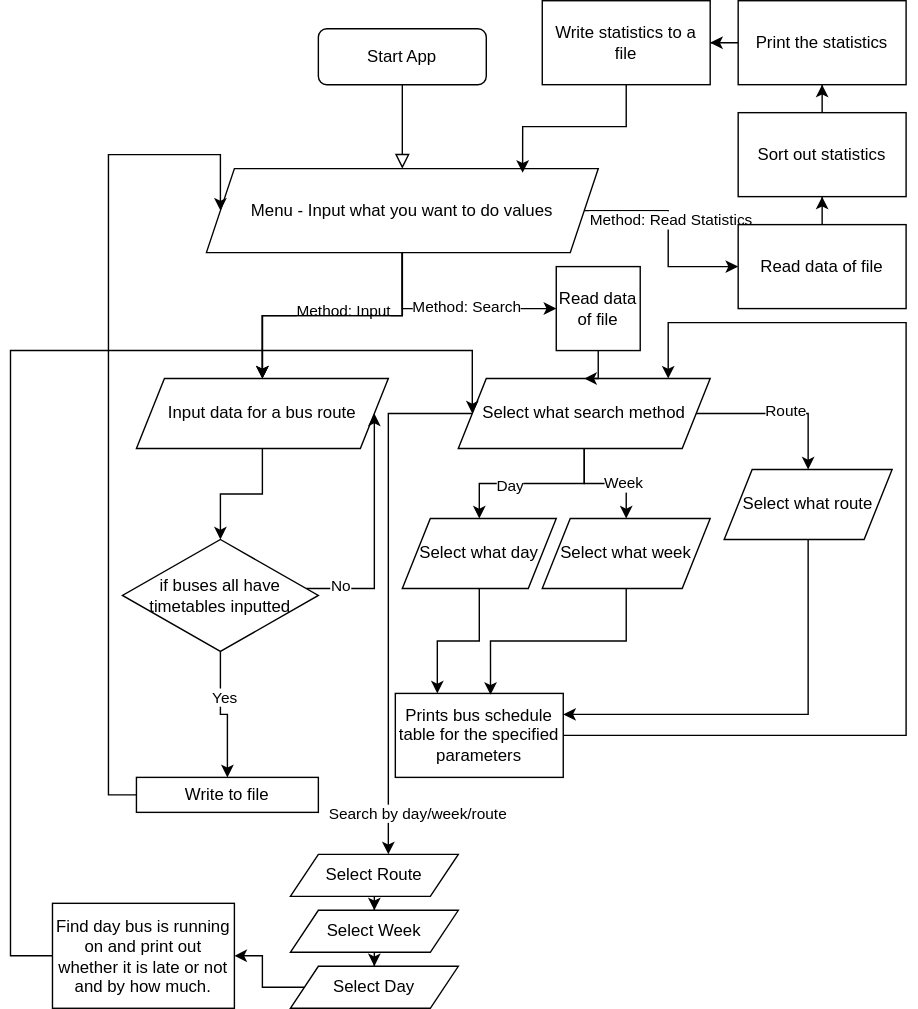
This is bus-planning-diagram.svg from michaeldasheep/11CPS-Projects, a draw.io export, as it was before one commit. Source tidied: cells renumbered, new cells last; positions are measured from the earlier drawing's top-left corner, leaving out a move shared by most shapes.
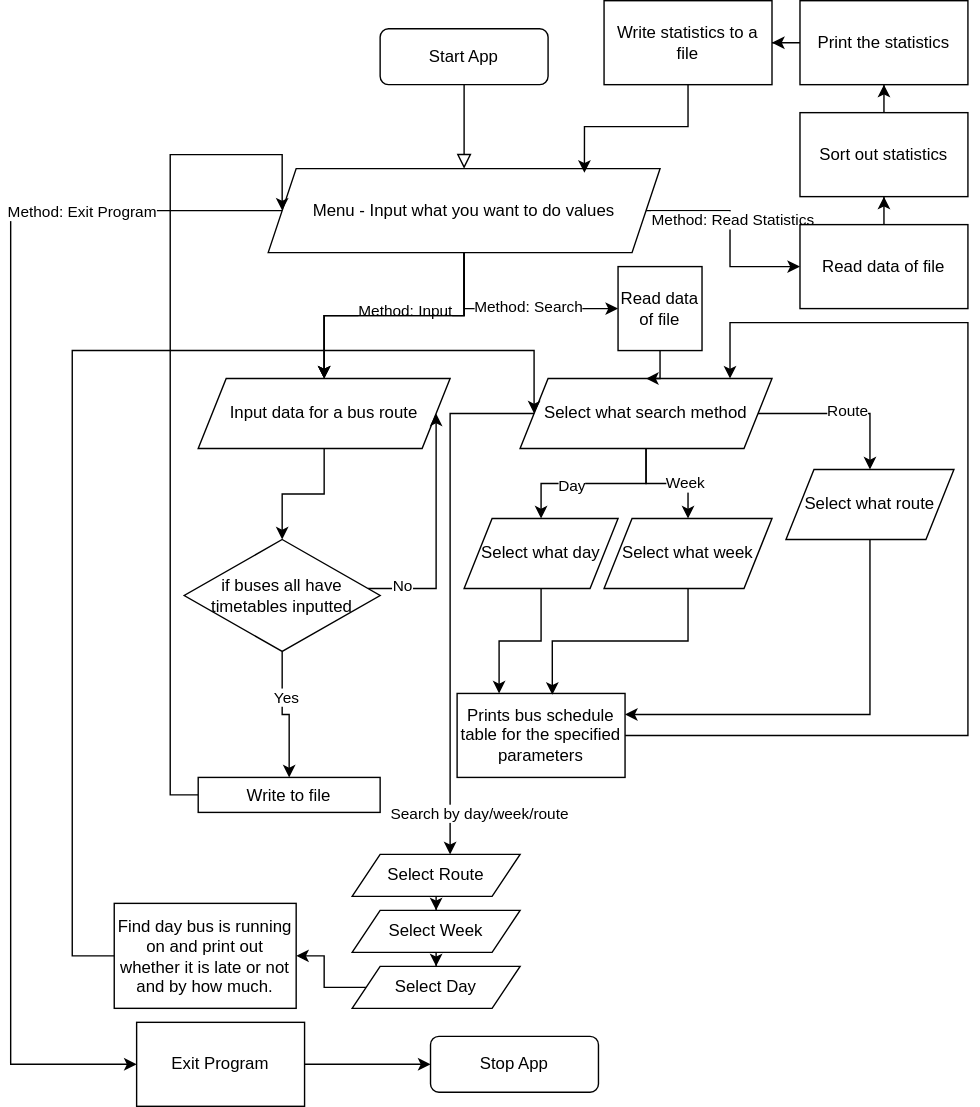
After the change.

Commit message:
more update to bus planning with stop app

What changed in the source:
```diff
@@ -32,6 +32,19 @@
     <mxCell id="11" value="Method: Read Statistics" style="edgeLabel;html=1;align=center;verticalAlign=middle;" parent="10" vertex="1">
       <mxGeometry x="-0.12" y="1" relative="1" as="geometry" />
     </mxCell>
+    <mxCell id="57" style="edgeStyle=orthogonalEdgeStyle;rounded=0;jettySize=auto;html=1;entryX=0;entryY=0.5;entryDx=0;entryDy=0;" parent="1" edge="1" source="12" target="60">
+      <mxGeometry relative="1" as="geometry">
+        <Array as="points">
+          <mxPoint x="-44" y="150" />
+          <mxPoint x="-44" y="760" />
+        </Array>
+      </mxGeometry>
+    </mxCell>
+    <mxCell id="58" value="Method: Exit Program" style="edgeLabel;html=1;align=center;verticalAlign=middle;" parent="57" vertex="1">
+      <mxGeometry x="0.33" y="-2" relative="1" as="geometry">
+        <mxPoint x="52" y="-400" as="offset" />
+      </mxGeometry>
+    </mxCell>
     <mxCell id="12" value="Menu - Input what you want to do values" style="shape=parallelogram;perimeter=parallelogramPerimeter;whiteSpace=wrap;html=1;fixedSize=1;" parent="1" vertex="1">
       <mxGeometry x="140" y="120" width="280" height="60" as="geometry" />
     </mxCell>
@@ -199,5 +212,14 @@
     <mxCell id="56" value="Write statistics to a file" style="whiteSpace=wrap;html=1;" parent="1" vertex="1">
       <mxGeometry x="380" width="120" height="60" as="geometry" />
     </mxCell>
+    <mxCell id="59" style="edgeStyle=orthogonalEdgeStyle;rounded=0;jettySize=auto;html=1;" parent="1" edge="1" source="60" target="61">
+      <mxGeometry relative="1" as="geometry" />
+    </mxCell>
+    <mxCell id="60" value="Exit Program" style="whiteSpace=wrap;html=1;" parent="1" vertex="1">
+      <mxGeometry x="46" y="730" width="120" height="60" as="geometry" />
+    </mxCell>
+    <mxCell id="61" value="Stop App" style="rounded=1;whiteSpace=wrap;html=1;" parent="1" vertex="1">
+      <mxGeometry x="256" y="740" width="120" height="40" as="geometry" />
+    </mxCell>
   </root>
 </mxGraphModel>
```
